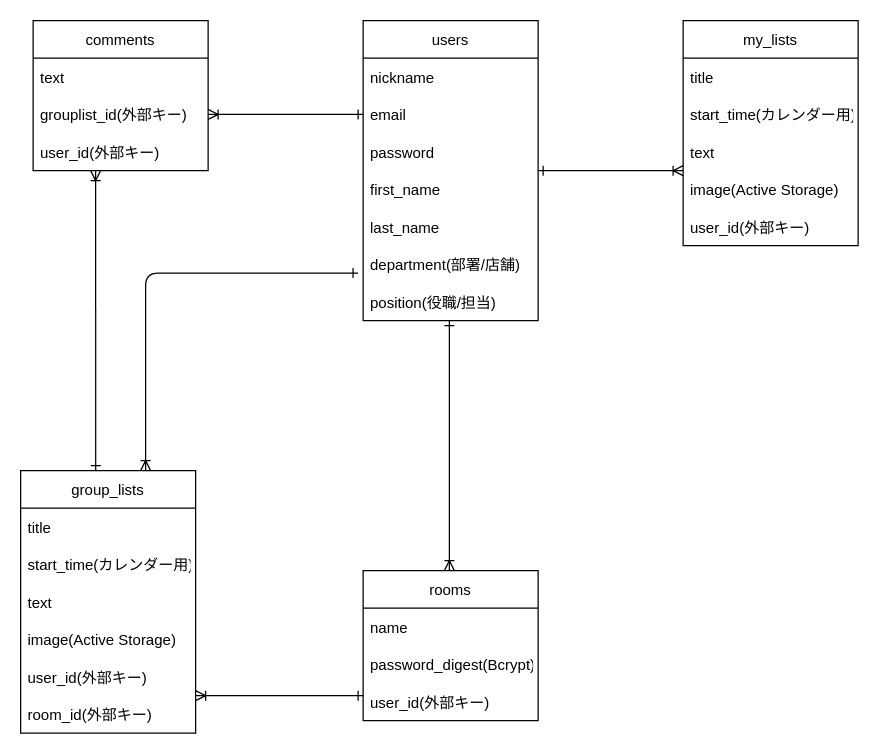
Earlier version of the draw.io diagram ER .dio (sskryu322/first-todo). Source tidied: cells renumbered, new cells numbered last; positions are measured from the earlier drawing's top-left corner, leaving out a move shared by most shapes. Both pictures are drawn from the tidied source at 125%, with x=0, y=0 at pixel (20, 20).
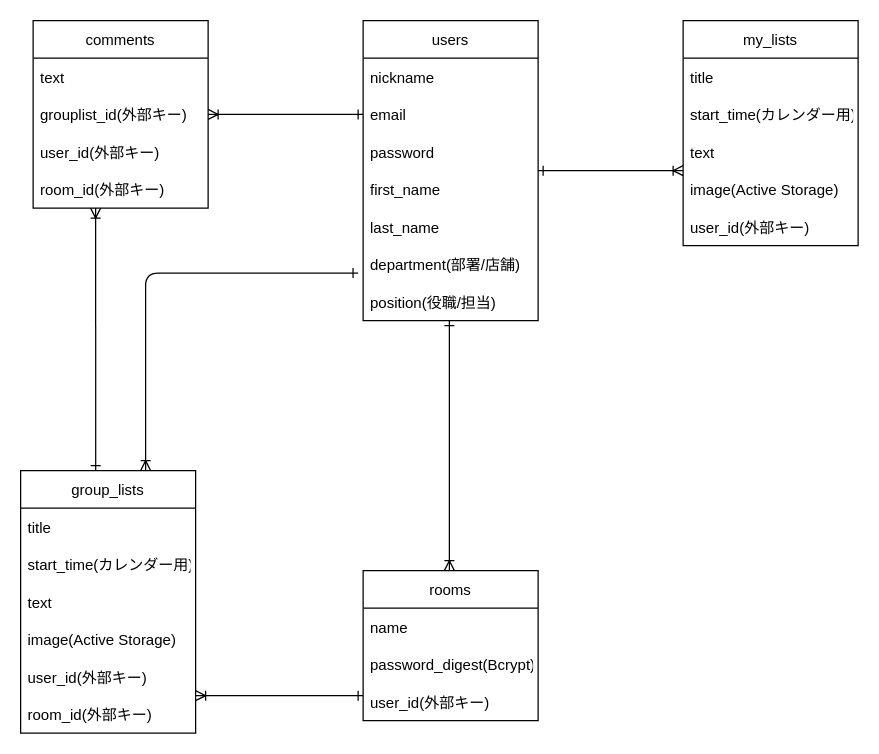
Above is the later version.

Unchanged cells that the change refers to:
```xml
<mxCell id="20" value="group_lists" style="swimlane;fontStyle=0;horizontal=1;startSize=30;" parent="1" vertex="1">
  <mxGeometry y="360" width="140" height="210" as="geometry" />
</mxCell>
```

Change to the diagram source:
```diff
@@
     <mxCell id="27" value="comments" style="swimlane;fontStyle=0;horizontal=1;startSize=30;" parent="1" vertex="1">
-      <mxGeometry x="10" width="140" height="120" as="geometry" />
+      <mxGeometry x="10" width="140" height="150" as="geometry" />
     </mxCell>
@@
+    <mxCell id="37" value="room_id(外部キー)" style="text;strokeColor=none;fillColor=none;align=left;verticalAlign=middle;spacingLeft=4;spacingRight=4;overflow=hidden;" parent="27" vertex="1">
+      <mxGeometry y="120" width="140" height="30" as="geometry" />
+    </mxCell>
@@
     <mxCell id="34" style="endArrow=ERoneToMany;html=1;startArrow=ERone;startFill=0;endFill=0;exitX=0.429;exitY=0;exitDx=0;exitDy=0;exitPerimeter=0;" parent="1" edge="1" source="20">
       <mxGeometry relative="1" as="geometry">
-        <mxPoint x="60" y="120" as="targetPoint" />
+        <mxPoint x="60" y="150" as="targetPoint" />
       </mxGeometry>
     </mxCell>
```
